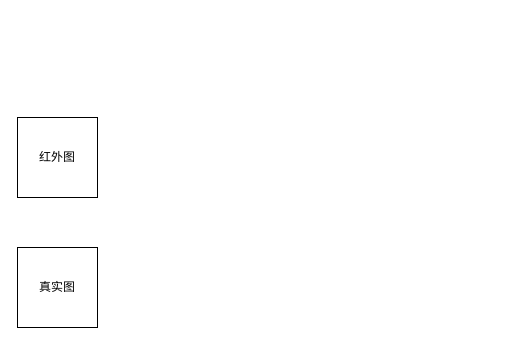
Fangch-JKbai/fang.github.io keeps this draw.io diagram as 去烟人体检测.drawio. Above is the earlier version. Source tidied: cells renumbered, new cells numbered last; positions are measured from the earlier drawing's top-left corner, leaving out a move shared by most shapes. Both pictures are drawn from the tidied source at 100%, with x=0, y=0 at pixel (17, 117). Pictures stored in the file or linked from it are replaced by grey dashed boxes.
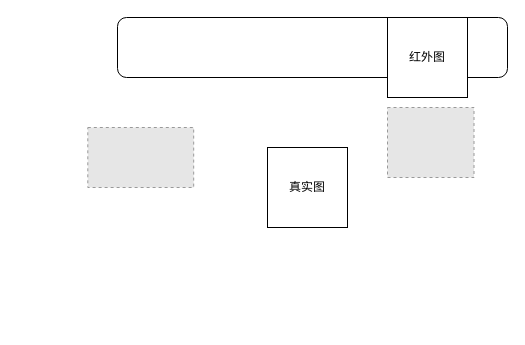
Above is the later version.

Commit message (it also covers changes not shown here):
更新去烟人体检测.drawio

What changed in the source:
```diff
@@
 <mxGraphModel>
   <root>
     <mxCell id="0" />
     <mxCell id="1" parent="0" />
+    <mxCell id="3" value="真实图" style="whiteSpace=wrap;html=1;" parent="1" vertex="1">
+      <mxGeometry x="250" y="30" width="80" height="80" as="geometry" />
+    </mxCell>
+    <mxCell id="4" style="rounded=1;whiteSpace=wrap;html=1;" parent="1" vertex="1">
+      <mxGeometry x="100" y="-100" width="390" height="60" as="geometry" />
+    </mxCell>
     <mxCell id="2" value="红外图" style="whiteSpace=wrap;html=1;" parent="1" vertex="1">
-      <mxGeometry width="80" height="80" as="geometry" />
+      <mxGeometry x="370" y="-100" width="80" height="80" as="geometry" />
     </mxCell>
-    <mxCell id="3" value="真实图" style="whiteSpace=wrap;html=1;" parent="1" vertex="1">
-      <mxGeometry y="130" width="80" height="80" as="geometry" />
-    </mxCell>
+    <mxCell id="5" style="fillColor=#E6E6E6;strokeColor=#999999;dashed=1;verticalLabelPosition=bottom;labelBackgroundColor=default;verticalAlign=top;" parent="1" vertex="1">
+      <mxGeometry x="370" y="-10" width="86.5" height="70" as="geometry" />
+    </mxCell>
+    <mxCell id="6" style="fillColor=#E6E6E6;strokeColor=#999999;dashed=1;verticalLabelPosition=bottom;labelBackgroundColor=default;verticalAlign=top;" parent="1" vertex="1">
+      <mxGeometry x="70.3" y="10" width="105.9" height="60" as="geometry" />
+    </mxCell>
   </root>
 </mxGraphModel>
```
